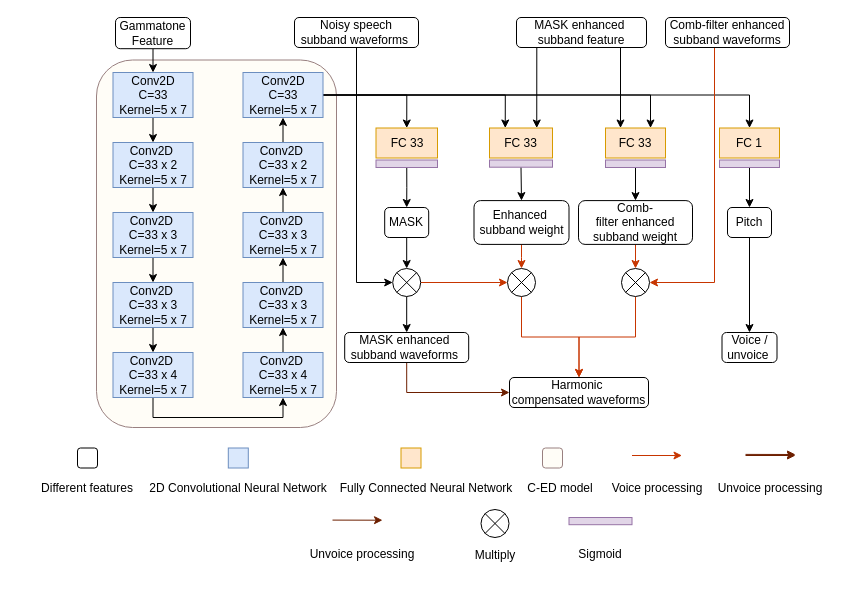
This is cedmodel.drawio from linan2/A-Convolutional-Recurrent-Neural-Network-for-Real-Time-Speech-Enhancement, a draw.io file, before an edit. Source tidied: cells renumbered, new cells numbered last; positions are measured from the earlier drawing's top-left corner, leaving out a move shared by most shapes. Both pictures are drawn from the tidied source at 100%, with x=0, y=0 at pixel (17, 17).
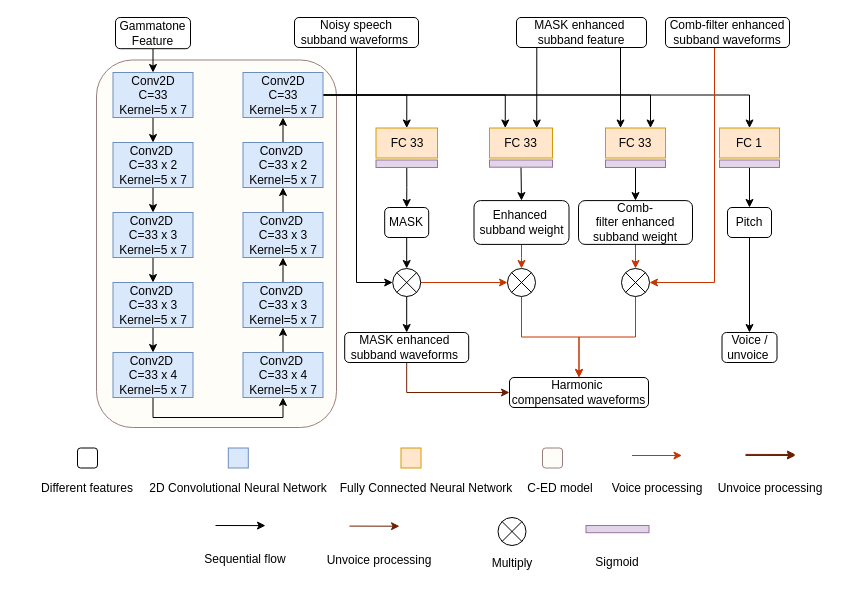
Above is the later version.

The edit, as a diff of the source:
```diff
@@
     <mxCell id="70" style="group;" parent="1" vertex="1">
-      <mxGeometry x="270" y="502.6" width="150" height="47.4" as="geometry" />
+      <mxGeometry x="287" y="508.6" width="150" height="47.4" as="geometry" />
     </mxCell>
@@
     <mxCell id="73" style="verticalLabelPosition=bottom;verticalAlign=top;html=1;shape=mxgraph.flowchart.or;" parent="1" vertex="1">
-      <mxGeometry x="463.5" y="492" width="28" height="28" as="geometry" />
+      <mxGeometry x="480.5" y="500" width="28" height="28" as="geometry" />
     </mxCell>
     <mxCell id="74" value="Multiply" style="rounded=0;whiteSpace=wrap;html=1;strokeColor=none;fillColor=none;" parent="1" vertex="1">
-      <mxGeometry x="403.2" y="525" width="150" height="26.2" as="geometry" />
+      <mxGeometry x="420.2" y="533" width="150" height="26.2" as="geometry" />
     </mxCell>
@@
     <mxCell id="83" style="rounded=0;whiteSpace=wrap;html=1;fillColor=#e1d5e7;strokeColor=#9673a6;" parent="1" vertex="1">
-      <mxGeometry x="551.5" y="500" width="63" height="7.2" as="geometry" />
+      <mxGeometry x="568.5" y="508" width="63" height="7.2" as="geometry" />
     </mxCell>
     <mxCell id="84" value="Sigmoid" style="rounded=0;whiteSpace=wrap;html=1;strokeColor=none;fillColor=none;" parent="1" vertex="1">
-      <mxGeometry x="508" y="523.8" width="150" height="26.2" as="geometry" />
+      <mxGeometry x="525" y="531.8" width="150" height="26.2" as="geometry" />
     </mxCell>
@@
+    <mxCell id="91" value="Sequential flow" style="rounded=0;whiteSpace=wrap;html=1;strokeColor=none;fillColor=none;" parent="1" vertex="1">
+      <mxGeometry x="153" y="529.1" width="150" height="26.2" as="geometry" />
+    </mxCell>
+    <mxCell id="92" style="endArrow=classic;html=1;rounded=0;fillColor=#a0522d;strokeColor=#000000;" parent="1" edge="1">
+      <mxGeometry relative="1" as="geometry">
+        <mxPoint x="198" y="508" as="sourcePoint" />
+        <mxPoint x="248" y="508.1" as="targetPoint" />
+      </mxGeometry>
+    </mxCell>
```
